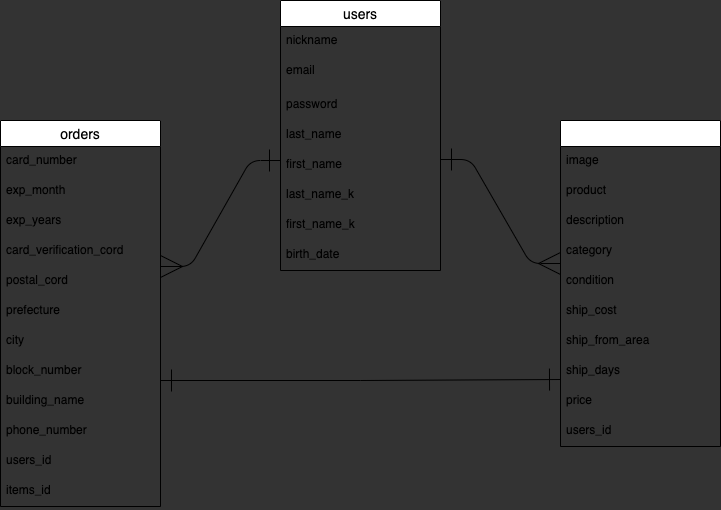
simai923/furima-32051 keeps this draw.io diagram as ER.drawio.png. Above is the earlier version. Source tidied: cells renumbered, new cells last; positions are measured from the earlier drawing's top-left corner, leaving out a move shared by most shapes.
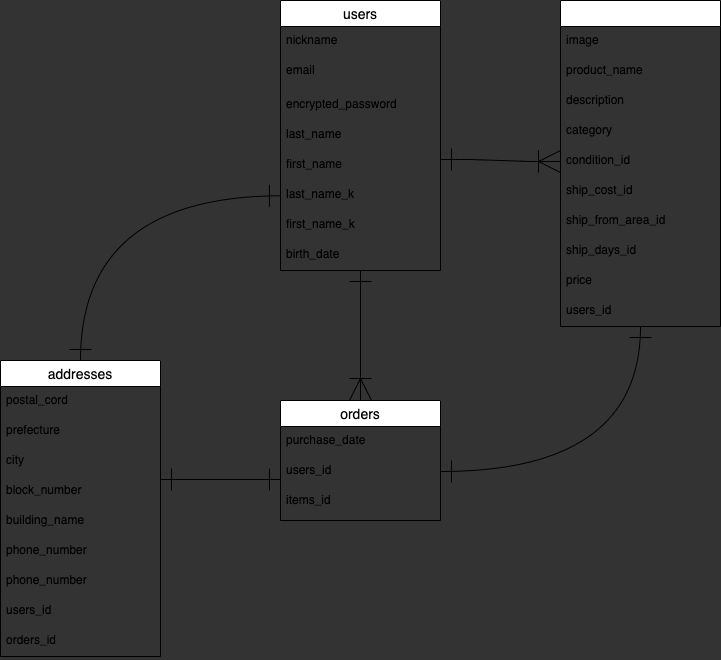
Later version of the same file.

The edit, as a diff of the source:
```diff
@@ -2,13 +2,39 @@
   <root>
     <mxCell id="0" />
     <mxCell id="1" parent="0" />
+    <mxCell id="26" style="edgeStyle=entityRelationEdgeStyle;fontSize=12;html=1;endArrow=ERoneToMany;endSize=20;startArrow=ERone;startFill=0;targetPerimeterSpacing=0;startSize=20;exitX=1;exitY=0.3;exitDx=0;exitDy=0;exitPerimeter=0;endFill=0;" parent="1" edge="1" source="32" target="7">
+      <mxGeometry relative="1" as="geometry" />
+    </mxCell>
+    <mxCell id="13" value="orders" style="swimlane;fontStyle=0;horizontal=1;startSize=26;align=center;fontSize=14;" parent="1" vertex="1">
+      <mxGeometry x="40" y="400" width="160" height="120" as="geometry" />
+    </mxCell>
+    <mxCell id="16" value="purchase_date" style="text;strokeColor=none;fillColor=none;spacingLeft=4;spacingRight=4;overflow=hidden;fontSize=12;" parent="13" vertex="1">
+      <mxGeometry y="26" width="160" height="30" as="geometry" />
+    </mxCell>
+    <mxCell id="24" value="users_id" style="text;strokeColor=none;fillColor=none;spacingLeft=4;spacingRight=4;overflow=hidden;points=[[0,0.5],[1,0.5]];portConstraint=eastwest;fontSize=12;" parent="13" vertex="1">
+      <mxGeometry y="56" width="160" height="30" as="geometry" />
+    </mxCell>
+    <mxCell id="25" value="items_id" style="text;strokeColor=none;fillColor=none;spacingLeft=4;spacingRight=4;overflow=hidden;fontSize=12;" parent="13" vertex="1">
+      <mxGeometry y="86" width="160" height="34" as="geometry" />
+    </mxCell>
+    <mxCell id="38" style="endArrow=ERoneToMany;html=1;rounded=0;entryX=0.5;entryY=0;entryDx=0;entryDy=0;startArrow=ERone;startFill=0;endFill=0;endSize=20;startSize=20;" parent="1" edge="1" source="27" target="13">
+      <mxGeometry relative="1" as="geometry" />
+    </mxCell>
+    <mxCell id="39" style="edgeStyle=orthogonalEdgeStyle;curved=1;rounded=0;jettySize=auto;html=1;entryX=1;entryY=0.5;entryDx=0;entryDy=0;startArrow=ERone;startFill=0;startSize=20;endArrow=ERone;endFill=0;endSize=20;" parent="1" edge="1" source="2">
+      <mxGeometry relative="1" as="geometry">
+        <mxPoint x="200" y="471" as="targetPoint" />
+        <Array as="points">
+          <mxPoint x="400" y="471" />
+        </Array>
+      </mxGeometry>
+    </mxCell>
     <mxCell id="2" value="items" style="swimlane;fontStyle=0;horizontal=1;startSize=26;align=center;fontSize=14;fontColor=#FFFFFF;" parent="1" vertex="1">
-      <mxGeometry x="560" y="120" width="160" height="326" as="geometry" />
+      <mxGeometry x="320" width="160" height="326" as="geometry" />
     </mxCell>
     <mxCell id="3" value="image" style="text;strokeColor=none;fillColor=none;spacingLeft=4;spacingRight=4;overflow=hidden;fontSize=12;" parent="2" vertex="1">
       <mxGeometry y="26" width="160" height="30" as="geometry" />
     </mxCell>
-    <mxCell id="4" value="product" style="text;strokeColor=none;fillColor=none;spacingLeft=4;spacingRight=4;overflow=hidden;fontSize=12;" parent="2" vertex="1">
+    <mxCell id="4" value="product_name" style="text;strokeColor=none;fillColor=none;spacingLeft=4;spacingRight=4;overflow=hidden;fontSize=12;" parent="2" vertex="1">
       <mxGeometry y="56" width="160" height="30" as="geometry" />
     </mxCell>
     <mxCell id="5" value="description" style="text;strokeColor=none;fillColor=none;spacingLeft=4;spacingRight=4;overflow=hidden;fontSize=12;" parent="2" vertex="1">
@@ -17,16 +43,16 @@
     <mxCell id="6" value="category" style="text;strokeColor=none;fillColor=none;spacingLeft=4;spacingRight=4;overflow=hidden;points=[[0,0.5],[1,0.5]];portConstraint=eastwest;fontSize=12;" parent="2" vertex="1">
       <mxGeometry y="116" width="160" height="30" as="geometry" />
     </mxCell>
-    <mxCell id="7" value="condition" style="text;strokeColor=none;fillColor=none;spacingLeft=4;spacingRight=4;overflow=hidden;points=[[0,0.5],[1,0.5]];portConstraint=eastwest;fontSize=12;" parent="2" vertex="1">
+    <mxCell id="7" value="condition_id" style="text;strokeColor=none;fillColor=none;spacingLeft=4;spacingRight=4;overflow=hidden;points=[[0,0.5],[1,0.5]];portConstraint=eastwest;fontSize=12;" parent="2" vertex="1">
       <mxGeometry y="146" width="160" height="30" as="geometry" />
     </mxCell>
-    <mxCell id="8" value="ship_cost" style="text;strokeColor=none;fillColor=none;spacingLeft=4;spacingRight=4;overflow=hidden;fontSize=12;" parent="2" vertex="1">
+    <mxCell id="8" value="ship_cost_id" style="text;strokeColor=none;fillColor=none;spacingLeft=4;spacingRight=4;overflow=hidden;fontSize=12;" parent="2" vertex="1">
       <mxGeometry y="176" width="160" height="30" as="geometry" />
     </mxCell>
-    <mxCell id="9" value="ship_from_area" style="text;strokeColor=none;fillColor=none;spacingLeft=4;spacingRight=4;overflow=hidden;fontSize=12;" parent="2" vertex="1">
+    <mxCell id="9" value="ship_from_area_id" style="text;strokeColor=none;fillColor=none;spacingLeft=4;spacingRight=4;overflow=hidden;fontSize=12;" parent="2" vertex="1">
       <mxGeometry y="206" width="160" height="30" as="geometry" />
     </mxCell>
-    <mxCell id="10" value="ship_days" style="text;strokeColor=none;fillColor=none;spacingLeft=4;spacingRight=4;overflow=hidden;points=[[0,0.5],[1,0.5]];portConstraint=eastwest;fontSize=12;" parent="2" vertex="1">
+    <mxCell id="10" value="ship_days_id" style="text;strokeColor=none;fillColor=none;spacingLeft=4;spacingRight=4;overflow=hidden;points=[[0,0.5],[1,0.5]];portConstraint=eastwest;fontSize=12;" parent="2" vertex="1">
       <mxGeometry y="236" width="160" height="30" as="geometry" />
     </mxCell>
     <mxCell id="11" value="price" style="text;strokeColor=none;fillColor=none;spacingLeft=4;spacingRight=4;overflow=hidden;fontSize=12;" parent="2" vertex="1">
@@ -35,50 +61,8 @@
     <mxCell id="12" value="users_id" style="text;strokeColor=none;fillColor=none;spacingLeft=4;spacingRight=4;overflow=hidden;fontSize=12;" parent="2" vertex="1">
       <mxGeometry y="296" width="160" height="30" as="geometry" />
     </mxCell>
-    <mxCell id="13" value="orders" style="swimlane;fontStyle=0;horizontal=1;startSize=26;align=center;fontSize=14;" parent="1" vertex="1">
-      <mxGeometry y="120" width="160" height="386" as="geometry" />
-    </mxCell>
-    <mxCell id="14" value="card_number" style="text;strokeColor=none;fillColor=none;spacingLeft=4;spacingRight=4;overflow=hidden;fontSize=12;" parent="13" vertex="1">
-      <mxGeometry y="26" width="160" height="30" as="geometry" />
-    </mxCell>
-    <mxCell id="15" value="exp_month" style="text;strokeColor=none;fillColor=none;spacingLeft=4;spacingRight=4;overflow=hidden;fontSize=12;" parent="13" vertex="1">
-      <mxGeometry y="56" width="160" height="30" as="geometry" />
-    </mxCell>
-    <mxCell id="16" value="exp_years" style="text;strokeColor=none;fillColor=none;spacingLeft=4;spacingRight=4;overflow=hidden;fontSize=12;" parent="13" vertex="1">
-      <mxGeometry y="86" width="160" height="30" as="geometry" />
-    </mxCell>
-    <mxCell id="17" value="card_verification_cord" style="text;strokeColor=none;fillColor=none;spacingLeft=4;spacingRight=4;overflow=hidden;fontSize=12;" parent="13" vertex="1">
-      <mxGeometry y="116" width="160" height="30" as="geometry" />
-    </mxCell>
-    <mxCell id="18" value="postal_cord" style="text;strokeColor=none;fillColor=none;spacingLeft=4;spacingRight=4;overflow=hidden;points=[[0,0.5],[1,0.5]];portConstraint=eastwest;fontSize=12;" parent="13" vertex="1">
-      <mxGeometry y="146" width="160" height="30" as="geometry" />
-    </mxCell>
-    <mxCell id="19" value="prefecture" style="text;strokeColor=none;fillColor=none;spacingLeft=4;spacingRight=4;overflow=hidden;fontSize=12;" parent="13" vertex="1">
-      <mxGeometry y="176" width="160" height="30" as="geometry" />
-    </mxCell>
-    <mxCell id="20" value="city" style="text;strokeColor=none;fillColor=none;spacingLeft=4;spacingRight=4;overflow=hidden;fontSize=12;" parent="13" vertex="1">
-      <mxGeometry y="206" width="160" height="30" as="geometry" />
-    </mxCell>
-    <mxCell id="21" value="block_number" style="text;strokeColor=none;fillColor=none;spacingLeft=4;spacingRight=4;overflow=hidden;points=[[0,0.5],[1,0.5]];portConstraint=eastwest;fontSize=12;" parent="13" vertex="1">
-      <mxGeometry y="236" width="160" height="30" as="geometry" />
-    </mxCell>
-    <mxCell id="22" value="building_name" style="text;strokeColor=none;fillColor=none;spacingLeft=4;spacingRight=4;overflow=hidden;fontSize=12;" parent="13" vertex="1">
-      <mxGeometry y="266" width="160" height="30" as="geometry" />
-    </mxCell>
-    <mxCell id="23" value="phone_number" style="text;strokeColor=none;fillColor=none;spacingLeft=4;spacingRight=4;overflow=hidden;fontSize=12;" parent="13" vertex="1">
-      <mxGeometry y="296" width="160" height="30" as="geometry" />
-    </mxCell>
-    <mxCell id="24" value="users_id" style="text;strokeColor=none;fillColor=none;spacingLeft=4;spacingRight=4;overflow=hidden;points=[[0,0.5],[1,0.5]];portConstraint=eastwest;fontSize=12;" parent="13" vertex="1">
-      <mxGeometry y="326" width="160" height="30" as="geometry" />
-    </mxCell>
-    <mxCell id="25" value="items_id" style="text;strokeColor=none;fillColor=none;spacingLeft=4;spacingRight=4;overflow=hidden;fontSize=12;" parent="13" vertex="1">
-      <mxGeometry y="356" width="160" height="30" as="geometry" />
-    </mxCell>
-    <mxCell id="26" style="edgeStyle=entityRelationEdgeStyle;fontSize=12;html=1;endArrow=ERmany;endSize=20;startArrow=ERone;startFill=0;targetPerimeterSpacing=0;startSize=20;exitX=1;exitY=0.3;exitDx=0;exitDy=0;exitPerimeter=0;entryX=0;entryY=0.9;entryDx=0;entryDy=0;entryPerimeter=0;" parent="1" edge="1" source="32" target="6">
-      <mxGeometry relative="1" as="geometry" />
-    </mxCell>
     <mxCell id="27" value="users" style="swimlane;fontStyle=0;horizontal=1;startSize=26;align=center;fontSize=14;" parent="1" vertex="1">
-      <mxGeometry x="280" width="160" height="270" as="geometry" />
+      <mxGeometry x="40" width="160" height="270" as="geometry" />
     </mxCell>
     <mxCell id="28" value="nickname" style="text;strokeColor=none;fillColor=none;spacingLeft=4;spacingRight=4;overflow=hidden;fontSize=12;" parent="27" vertex="1">
       <mxGeometry y="26" width="160" height="30" as="geometry" />
@@ -86,7 +70,7 @@
     <mxCell id="29" value="email" style="text;strokeColor=none;fillColor=none;spacingLeft=4;spacingRight=4;overflow=hidden;fontSize=12;" parent="27" vertex="1">
       <mxGeometry y="56" width="160" height="34" as="geometry" />
     </mxCell>
-    <mxCell id="30" value="password" style="text;strokeColor=none;fillColor=none;spacingLeft=4;spacingRight=4;overflow=hidden;fontSize=12;" parent="27" vertex="1">
+    <mxCell id="30" value="encrypted_password" style="text;strokeColor=none;fillColor=none;spacingLeft=4;spacingRight=4;overflow=hidden;fontSize=12;" parent="27" vertex="1">
       <mxGeometry y="90" width="160" height="30" as="geometry" />
     </mxCell>
     <mxCell id="31" value="last_name" style="text;strokeColor=none;fillColor=none;spacingLeft=4;spacingRight=4;overflow=hidden;fontSize=12;" parent="27" vertex="1">
@@ -104,17 +88,45 @@
     <mxCell id="35" value="birth_date" style="text;strokeColor=none;fillColor=none;spacingLeft=4;spacingRight=4;overflow=hidden;fontSize=12;" parent="27" vertex="1">
       <mxGeometry y="240" width="160" height="30" as="geometry" />
     </mxCell>
-    <mxCell id="36" style="edgeStyle=entityRelationEdgeStyle;fontSize=12;html=1;endArrow=ERone;endFill=1;exitX=1;exitY=0;exitDx=0;exitDy=0;exitPerimeter=0;startArrow=ERmany;startFill=0;targetPerimeterSpacing=0;endSize=20;startSize=20;" parent="1" edge="1" source="18">
-      <mxGeometry relative="1" as="geometry">
-        <mxPoint x="280" y="160" as="targetPoint" />
-      </mxGeometry>
-    </mxCell>
-    <mxCell id="37" style="endArrow=ERone;html=1;rounded=0;fontColor=#FFFFFF;exitX=1;exitY=0.8;exitDx=0;exitDy=0;exitPerimeter=0;entryX=0;entryY=0.767;entryDx=0;entryDy=0;entryPerimeter=0;startArrow=ERone;startFill=0;endFill=0;endSize=20;startSize=20;" parent="1" edge="1" source="21" target="10">
-      <mxGeometry relative="1" as="geometry">
-        <Array as="points">
-          <mxPoint x="360" y="380" />
-        </Array>
-      </mxGeometry>
-    </mxCell>
+    <mxCell id="40" style="endArrow=ERone;html=1;exitX=0.5;exitY=0;exitDx=0;exitDy=0;curved=1;startArrow=ERone;startFill=0;endFill=0;endSize=20;startSize=20;" parent="1" edge="1" source="42" target="33">
+      <mxGeometry relative="1" as="geometry">
+        <Array as="points">
+          <mxPoint x="-160" y="196" />
+        </Array>
+      </mxGeometry>
+    </mxCell>
+    <mxCell id="41" style="endArrow=ERone;html=1;rounded=0;entryX=0;entryY=0.767;entryDx=0;entryDy=0;entryPerimeter=0;exitX=1;exitY=0.1;exitDx=0;exitDy=0;exitPerimeter=0;startArrow=ERone;startFill=0;endFill=0;endSize=20;startSize=20;" parent="1" edge="1" source="21" target="24">
+      <mxGeometry relative="1" as="geometry" />
+    </mxCell>
+    <mxCell id="42" value="addresses" style="swimlane;fontStyle=0;horizontal=1;startSize=26;align=center;fontSize=14;" parent="1" vertex="1">
+      <mxGeometry x="-240" y="360" width="160" height="296" as="geometry" />
+    </mxCell>
+    <mxCell id="18" value="postal_cord" style="text;strokeColor=none;fillColor=none;spacingLeft=4;spacingRight=4;overflow=hidden;points=[[0,0.5],[1,0.5]];portConstraint=eastwest;fontSize=12;" parent="42" vertex="1">
+      <mxGeometry y="26" width="160" height="30" as="geometry" />
+    </mxCell>
+    <mxCell id="19" value="prefecture" style="text;strokeColor=none;fillColor=none;spacingLeft=4;spacingRight=4;overflow=hidden;fontSize=12;" parent="42" vertex="1">
+      <mxGeometry y="56" width="160" height="30" as="geometry" />
+    </mxCell>
+    <mxCell id="20" value="city" style="text;strokeColor=none;fillColor=none;spacingLeft=4;spacingRight=4;overflow=hidden;fontSize=12;" parent="42" vertex="1">
+      <mxGeometry y="86" width="160" height="30" as="geometry" />
+    </mxCell>
+    <mxCell id="21" value="block_number" style="text;strokeColor=none;fillColor=none;spacingLeft=4;spacingRight=4;overflow=hidden;points=[[0,0.5],[1,0.5]];portConstraint=eastwest;fontSize=12;" parent="42" vertex="1">
+      <mxGeometry y="116" width="160" height="30" as="geometry" />
+    </mxCell>
+    <mxCell id="22" value="building_name" style="text;strokeColor=none;fillColor=none;spacingLeft=4;spacingRight=4;overflow=hidden;fontSize=12;" parent="42" vertex="1">
+      <mxGeometry y="146" width="160" height="30" as="geometry" />
+    </mxCell>
+    <mxCell id="23" value="phone_number" style="text;strokeColor=none;fillColor=none;spacingLeft=4;spacingRight=4;overflow=hidden;fontSize=12;" parent="42" vertex="1">
+      <mxGeometry y="176" width="160" height="30" as="geometry" />
+    </mxCell>
+    <mxCell id="43" value="phone_number" style="text;strokeColor=none;fillColor=none;spacingLeft=4;spacingRight=4;overflow=hidden;fontSize=12;" parent="42" vertex="1">
+      <mxGeometry y="206" width="160" height="30" as="geometry" />
+    </mxCell>
+    <mxCell id="44" value="users_id" style="text;strokeColor=none;fillColor=none;spacingLeft=4;spacingRight=4;overflow=hidden;fontSize=12;" parent="42" vertex="1">
+      <mxGeometry y="236" width="160" height="30" as="geometry" />
+    </mxCell>
+    <mxCell id="45" value="orders_id" style="text;strokeColor=none;fillColor=none;spacingLeft=4;spacingRight=4;overflow=hidden;fontSize=12;" parent="42" vertex="1">
+      <mxGeometry y="266" width="160" height="30" as="geometry" />
+    </mxCell>
   </root>
 </mxGraphModel>
```
